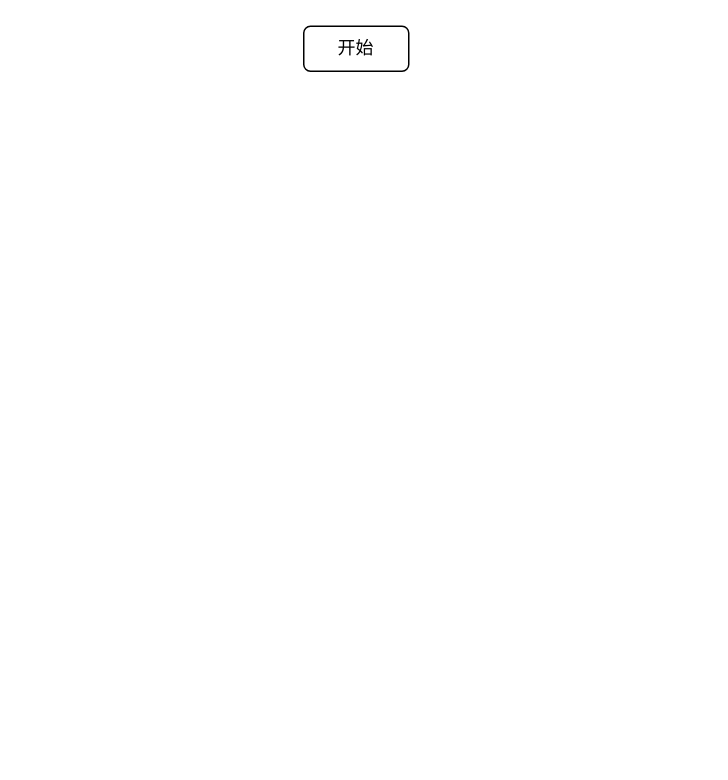
This is 会议预约流程.drawio from DongRuihua/draw, a draw.io file, before an edit. Source tidied: cells renumbered, new cells numbered last; positions are measured from the earlier drawing's top-left corner, leaving out a move shared by most shapes. Both pictures are drawn from the tidied source at 150%, with x=0, y=0 at pixel (303, 26).
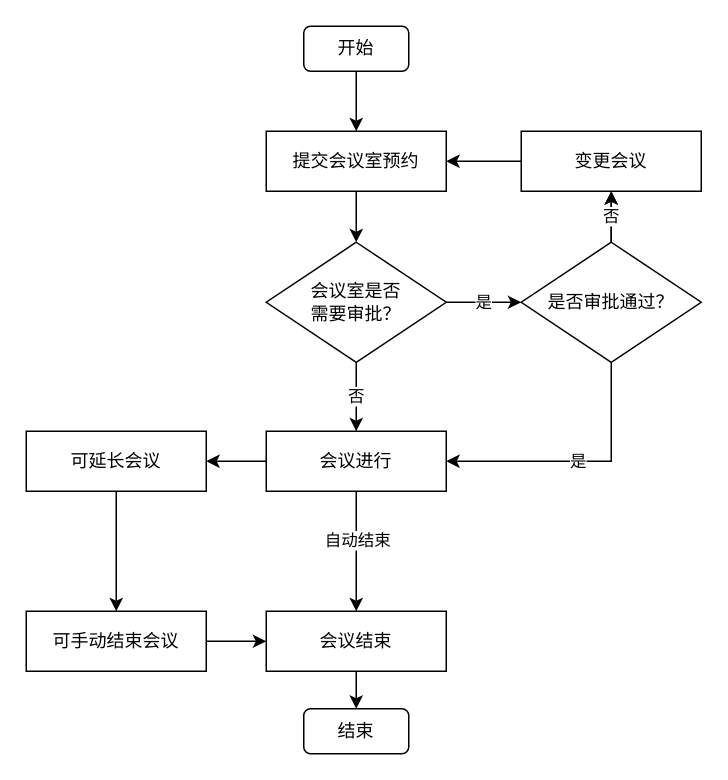
Above is the later version.

Commit message:
Update 会议预约流程.drawio

The change refers to these unchanged cells:
```xml
<mxCell id="2" value="开始" style="rounded=1;whiteSpace=wrap;html=1;" parent="1" vertex="1">
  <mxGeometry width="70" height="30" as="geometry" />
</mxCell>
```

Change to the diagram source:
```diff
@@
+    <mxCell id="3" style="edgeStyle=orthogonalEdgeStyle;rounded=0;jettySize=auto;html=1;entryX=0.5;entryY=0;entryDx=0;entryDy=0;" parent="1" edge="1" source="2" target="5">
+      <mxGeometry relative="1" as="geometry" />
+    </mxCell>
@@
+    <mxCell id="4" style="edgeStyle=orthogonalEdgeStyle;rounded=0;jettySize=auto;html=1;" parent="1" edge="1" source="5" target="8">
+      <mxGeometry relative="1" as="geometry" />
+    </mxCell>
+    <mxCell id="5" value="提交会议室预约" style="rounded=0;whiteSpace=wrap;html=1;" parent="1" vertex="1">
+      <mxGeometry x="-25" y="70" width="120" height="40" as="geometry" />
+    </mxCell>
+    <mxCell id="6" value="否" style="edgeStyle=orthogonalEdgeStyle;rounded=0;jettySize=auto;html=1;exitX=0.5;exitY=1;exitDx=0;exitDy=0;entryX=0.5;entryY=0;entryDx=0;entryDy=0;" parent="1" edge="1" source="8" target="16">
+      <mxGeometry relative="1" as="geometry" />
+    </mxCell>
+    <mxCell id="7" value="是" style="edgeStyle=orthogonalEdgeStyle;rounded=0;jettySize=auto;html=1;exitX=1;exitY=0.5;exitDx=0;exitDy=0;" parent="1" edge="1" source="8" target="12">
+      <mxGeometry relative="1" as="geometry" />
+    </mxCell>
+    <mxCell id="8" value="会议室是否&lt;br&gt;需要审批？" style="rhombus;whiteSpace=wrap;html=1;" parent="1" vertex="1">
+      <mxGeometry x="-25" y="144" width="120" height="80" as="geometry" />
+    </mxCell>
+    <mxCell id="9" value="是" style="edgeStyle=orthogonalEdgeStyle;rounded=0;jettySize=auto;html=1;exitX=0.5;exitY=1;exitDx=0;exitDy=0;entryX=1;entryY=0.5;entryDx=0;entryDy=0;" parent="1" edge="1" source="12" target="16">
+      <mxGeometry relative="1" as="geometry" />
+    </mxCell>
+    <mxCell id="10" style="edgeStyle=orthogonalEdgeStyle;rounded=0;jettySize=auto;html=1;entryX=0.5;entryY=1;entryDx=0;entryDy=0;" parent="1" edge="1" source="12" target="18">
+      <mxGeometry relative="1" as="geometry" />
+    </mxCell>
+    <mxCell id="11" value="否" style="edgeStyle=orthogonalEdgeStyle;rounded=0;jettySize=auto;html=1;" parent="1" edge="1" source="12" target="18">
+      <mxGeometry relative="1" as="geometry" />
+    </mxCell>
+    <mxCell id="12" value="是否审批通过？" style="rhombus;whiteSpace=wrap;html=1;" parent="1" vertex="1">
+      <mxGeometry x="145" y="144" width="120" height="80" as="geometry" />
+    </mxCell>
+    <mxCell id="13" style="edgeStyle=orthogonalEdgeStyle;rounded=0;jettySize=auto;html=1;" parent="1" edge="1" source="16">
+      <mxGeometry relative="1" as="geometry">
+        <mxPoint x="-65" y="290" as="targetPoint" />
+      </mxGeometry>
+    </mxCell>
+    <mxCell id="14" style="edgeStyle=orthogonalEdgeStyle;rounded=0;jettySize=auto;html=1;" parent="1" edge="1" source="16" target="20">
+      <mxGeometry relative="1" as="geometry" />
+    </mxCell>
+    <mxCell id="15" value="自动结束" style="edgeLabel;html=1;align=center;verticalAlign=middle;" parent="14" vertex="1">
+      <mxGeometry x="-0.21" relative="1" as="geometry" />
+    </mxCell>
+    <mxCell id="16" value="会议进行" style="rounded=0;whiteSpace=wrap;html=1;" parent="1" vertex="1">
+      <mxGeometry x="-25" y="270" width="120" height="40" as="geometry" />
+    </mxCell>
+    <mxCell id="17" style="edgeStyle=orthogonalEdgeStyle;rounded=0;jettySize=auto;html=1;entryX=1;entryY=0.5;entryDx=0;entryDy=0;" parent="1" edge="1" source="18" target="5">
+      <mxGeometry relative="1" as="geometry" />
+    </mxCell>
+    <mxCell id="18" value="变更会议" style="rounded=0;whiteSpace=wrap;html=1;" parent="1" vertex="1">
+      <mxGeometry x="145" y="70" width="120" height="40" as="geometry" />
+    </mxCell>
+    <mxCell id="19" style="edgeStyle=orthogonalEdgeStyle;rounded=0;jettySize=auto;html=1;" parent="1" edge="1" source="20" target="21">
+      <mxGeometry relative="1" as="geometry" />
+    </mxCell>
+    <mxCell id="20" value="会议结束" style="rounded=0;whiteSpace=wrap;html=1;" parent="1" vertex="1">
+      <mxGeometry x="-25" y="390" width="120" height="40" as="geometry" />
+    </mxCell>
+    <mxCell id="21" value="结束" style="rounded=1;whiteSpace=wrap;html=1;" parent="1" vertex="1">
+      <mxGeometry y="455" width="70" height="30" as="geometry" />
+    </mxCell>
+    <mxCell id="22" style="edgeStyle=orthogonalEdgeStyle;rounded=0;jettySize=auto;html=1;" parent="1" edge="1" source="23" target="25">
+      <mxGeometry relative="1" as="geometry" />
+    </mxCell>
+    <mxCell id="23" value="可延长会议" style="rounded=0;whiteSpace=wrap;html=1;" parent="1" vertex="1">
+      <mxGeometry x="-185" y="270" width="120" height="40" as="geometry" />
+    </mxCell>
+    <mxCell id="24" style="edgeStyle=orthogonalEdgeStyle;rounded=0;jettySize=auto;html=1;" parent="1" edge="1" source="25" target="20">
+      <mxGeometry relative="1" as="geometry" />
+    </mxCell>
+    <mxCell id="25" value="可手动结束会议" style="rounded=0;whiteSpace=wrap;html=1;" parent="1" vertex="1">
+      <mxGeometry x="-185" y="390" width="120" height="40" as="geometry" />
+    </mxCell>
```
